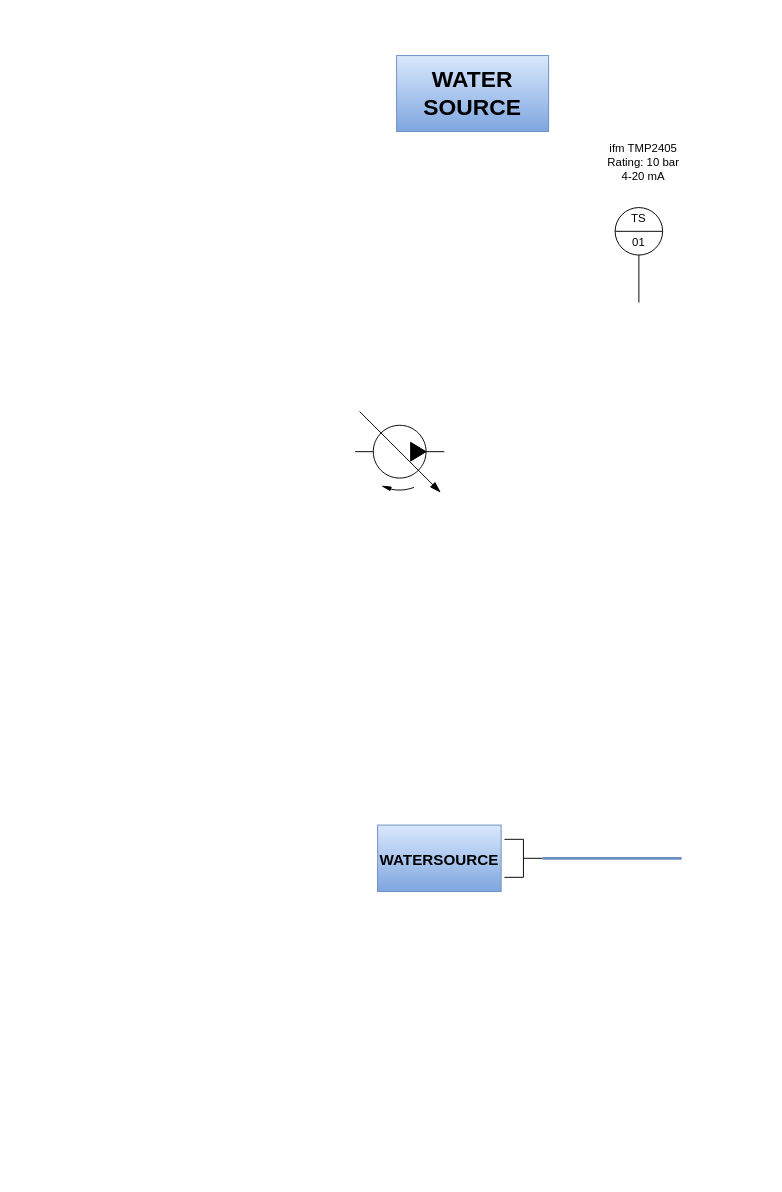
Tarsa-Robotics/Diagrams keeps this draw.io diagram as page "FLUID_PROCESS_OVERVIEW" (2 of 5) of DOCUMENT_TEMPLATE_2026_09_18_REV_A1.drawio. Above is the earlier version. Source tidied: cells renumbered, new cells numbered last; positions are measured from the earlier drawing's top-left corner, leaving out a move shared by most shapes. Both pictures are drawn from the tidied source at 95%, with x=0, y=0 at pixel (359, 55).
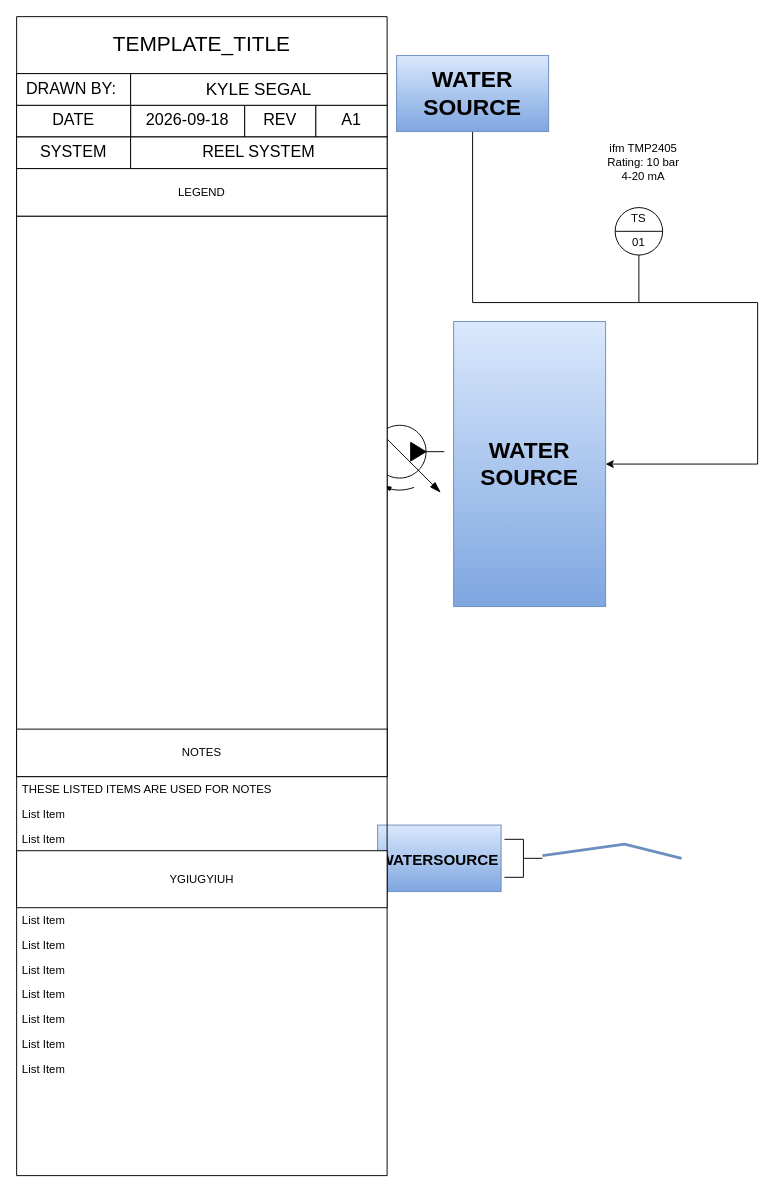
The same diagram, later.

The change refers to these unchanged cells:
```xml
<mxCell id="2" value="&lt;h1&gt;WATER SOURCE&lt;/h1&gt;" style="rounded=0;whiteSpace=wrap;html=1;fillColor=#dae8fc;gradientColor=#7ea6e0;strokeColor=#6c8ebf;" parent="1" vertex="1">
  <mxGeometry x="39" width="160" height="80" as="geometry" />
</mxCell>
<mxCell id="7" style="verticalLabelPosition=bottom;align=center;dashed=0;html=1;verticalAlign=top;shape=mxgraph.pid.piping.hose_connection;rotation=-180;" parent="1" vertex="1">
  <mxGeometry x="152.5" y="825" width="40" height="40" as="geometry" />
</mxCell>
```

The edit, as a diff of the source:
```diff
@@
+    <mxCell id="9" style="edgeStyle=orthogonalEdgeStyle;rounded=0;jettySize=auto;html=1;" parent="1" edge="1" source="2" target="36">
+      <mxGeometry relative="1" as="geometry">
+        <Array as="points">
+          <mxPoint x="119" y="260" />
+          <mxPoint x="419" y="260" />
+        </Array>
+      </mxGeometry>
+    </mxCell>
@@
     <mxCell id="8" style="edgeStyle=none;rounded=0;jettySize=auto;html=1;entryX=0;entryY=0.65;entryDx=0;entryDy=0;entryPerimeter=0;strokeWidth=3;endArrow=none;endFill=0;fontColor=none;noLabel=1;fillColor=#dae8fc;gradientColor=#7ea6e0;strokeColor=#6c8ebf;" parent="1" edge="1" source="7">
       <mxGeometry relative="1" as="geometry">
         <mxPoint x="339" y="845" as="targetPoint" />
+        <Array as="points">
+          <mxPoint x="279" y="830" />
+        </Array>
       </mxGeometry>
     </mxCell>
+    <mxCell id="10" value="TEMPLATE_TITLE" style="swimlane;fontStyle=0;horizontal=1;startSize=60;whiteSpace=wrap;html=1;fontSize=22;" parent="1" vertex="1">
+      <mxGeometry x="-361" y="-41" width="390" height="1220" as="geometry" />
+    </mxCell>
+    <mxCell id="11" style="group;" parent="10" vertex="1">
+      <mxGeometry y="60" width="390" height="100" as="geometry" />
+    </mxCell>
+    <mxCell id="12" value="&lt;span style=&quot;text-wrap-mode: nowrap;&quot;&gt;REV&lt;/span&gt;" style="rounded=0;whiteSpace=wrap;html=1;fontSize=17;" parent="11" vertex="1">
+      <mxGeometry x="240" y="33.3" width="75" height="33.3" as="geometry" />
+    </mxCell>
+    <mxCell id="13" value="A1" style="rounded=0;whiteSpace=wrap;html=1;fontSize=17;" parent="11" vertex="1">
+      <mxGeometry x="315" y="33.3" width="75" height="33.3" as="geometry" />
+    </mxCell>
+    <mxCell id="14" value="2026-09-18" style="rounded=0;whiteSpace=wrap;html=1;fontSize=17;" parent="11" vertex="1">
+      <mxGeometry x="120" y="33.3" width="120" height="33.3" as="geometry" />
+    </mxCell>
+    <mxCell id="15" value="&lt;span style=&quot;text-wrap-mode: nowrap;&quot;&gt;DATE&lt;/span&gt;" style="rounded=0;whiteSpace=wrap;html=1;fontSize=17;" parent="11" vertex="1">
+      <mxGeometry y="33.3" width="120" height="33.3" as="geometry" />
+    </mxCell>
+    <mxCell id="16" value="&lt;font&gt;DRAWN BY:&amp;nbsp;&lt;/font&gt;" style="rounded=0;whiteSpace=wrap;html=1;fontSize=17;" parent="11" vertex="1">
+      <mxGeometry width="120" height="33.3" as="geometry" />
+    </mxCell>
+    <mxCell id="17" value="&lt;font style=&quot;font-size: 18px;&quot;&gt;KYLE SEGAL&lt;/font&gt;" style="rounded=0;whiteSpace=wrap;html=1;" parent="11" vertex="1">
+      <mxGeometry x="120" width="270" height="33.3" as="geometry" />
+    </mxCell>
+    <mxCell id="18" value="SYSTEM" style="rounded=0;whiteSpace=wrap;html=1;fontSize=17;" parent="11" vertex="1">
+      <mxGeometry y="66.7" width="120" height="33.3" as="geometry" />
+    </mxCell>
+    <mxCell id="19" value="REEL SYSTEM" style="rounded=0;whiteSpace=wrap;html=1;fontSize=17;" parent="11" vertex="1">
+      <mxGeometry x="120" y="66.7" width="270" height="33.3" as="geometry" />
+    </mxCell>
+    <mxCell id="20" style="group;" parent="10" vertex="1">
+      <mxGeometry y="160" width="390" height="640" as="geometry" />
+    </mxCell>
+    <mxCell id="21" style="rounded=0;whiteSpace=wrap;html=1;" parent="20" vertex="1">
+      <mxGeometry y="50" width="390" height="590" as="geometry" />
+    </mxCell>
+    <mxCell id="22" value="LEGEND" style="rounded=0;whiteSpace=wrap;html=1;" parent="20" vertex="1">
+      <mxGeometry width="390" height="50" as="geometry" />
+    </mxCell>
+    <mxCell id="23" value="NOTES" style="rounded=0;whiteSpace=wrap;html=1;" parent="20" vertex="1">
+      <mxGeometry y="590" width="390" height="50" as="geometry" />
+    </mxCell>
+    <mxCell id="24" value="THESE LISTED ITEMS ARE USED FOR NOTES" style="text;strokeColor=none;fillColor=none;align=left;verticalAlign=top;spacingLeft=4;spacingRight=4;overflow=hidden;whiteSpace=wrap;html=1;" parent="10" vertex="1">
+      <mxGeometry y="800" width="390" height="26" as="geometry" />
+    </mxCell>
+    <mxCell id="25" value="List Item" style="text;strokeColor=none;fillColor=none;align=left;verticalAlign=top;spacingLeft=4;spacingRight=4;overflow=hidden;whiteSpace=wrap;html=1;" parent="10" vertex="1">
+      <mxGeometry y="826" width="390" height="26" as="geometry" />
+    </mxCell>
+    <mxCell id="26" value="List Item" style="text;strokeColor=none;fillColor=none;align=left;verticalAlign=top;spacingLeft=4;spacingRight=4;overflow=hidden;whiteSpace=wrap;html=1;" parent="10" vertex="1">
+      <mxGeometry y="852" width="390" height="26" as="geometry" />
+    </mxCell>
+    <mxCell id="27" value="YGIUGYIUH" style="rounded=0;whiteSpace=wrap;html=1;" parent="10" vertex="1">
+      <mxGeometry y="878" width="390" height="60" as="geometry" />
+    </mxCell>
+    <mxCell id="28" value="List Item" style="text;strokeColor=none;fillColor=none;align=left;verticalAlign=top;spacingLeft=4;spacingRight=4;overflow=hidden;whiteSpace=wrap;html=1;" parent="10" vertex="1">
+      <mxGeometry y="938" width="390" height="26" as="geometry" />
+    </mxCell>
+    <mxCell id="29" value="List Item" style="text;strokeColor=none;fillColor=none;align=left;verticalAlign=top;spacingLeft=4;spacingRight=4;overflow=hidden;whiteSpace=wrap;html=1;" parent="10" vertex="1">
+      <mxGeometry y="964" width="390" height="26" as="geometry" />
+    </mxCell>
+    <mxCell id="30" value="List Item" style="text;strokeColor=none;fillColor=none;align=left;verticalAlign=top;spacingLeft=4;spacingRight=4;overflow=hidden;whiteSpace=wrap;html=1;" parent="10" vertex="1">
+      <mxGeometry y="990" width="390" height="26" as="geometry" />
+    </mxCell>
+    <mxCell id="31" value="List Item" style="text;strokeColor=none;fillColor=none;align=left;verticalAlign=top;spacingLeft=4;spacingRight=4;overflow=hidden;whiteSpace=wrap;html=1;" parent="10" vertex="1">
+      <mxGeometry y="1016" width="390" height="26" as="geometry" />
+    </mxCell>
+    <mxCell id="32" value="List Item" style="text;strokeColor=none;fillColor=none;align=left;verticalAlign=top;spacingLeft=4;spacingRight=4;overflow=hidden;whiteSpace=wrap;html=1;" parent="10" vertex="1">
+      <mxGeometry y="1042" width="390" height="26" as="geometry" />
+    </mxCell>
+    <mxCell id="33" value="List Item" style="text;strokeColor=none;fillColor=none;align=left;verticalAlign=top;spacingLeft=4;spacingRight=4;overflow=hidden;whiteSpace=wrap;html=1;" parent="10" vertex="1">
+      <mxGeometry y="1068" width="390" height="26" as="geometry" />
+    </mxCell>
+    <mxCell id="34" value="List Item" style="text;strokeColor=none;fillColor=none;align=left;verticalAlign=top;spacingLeft=4;spacingRight=4;overflow=hidden;whiteSpace=wrap;html=1;" parent="10" vertex="1">
+      <mxGeometry y="1094" width="390" height="26" as="geometry" />
+    </mxCell>
+    <mxCell id="35" value="&lt;div&gt;&lt;br&gt;&lt;/div&gt;" style="text;strokeColor=none;fillColor=none;align=left;verticalAlign=middle;spacingLeft=4;spacingRight=4;overflow=hidden;whiteSpace=wrap;html=1;miterlimit=4;" parent="10" vertex="1">
+      <mxGeometry y="1120" width="390" height="100" as="geometry" />
+    </mxCell>
+    <mxCell id="36" value="&lt;h1&gt;WATER SOURCE&lt;/h1&gt;" style="rounded=0;whiteSpace=wrap;html=1;fillColor=#dae8fc;gradientColor=#7ea6e0;strokeColor=#6c8ebf;" parent="1" vertex="1">
+      <mxGeometry x="99" y="280" width="160" height="300" as="geometry" />
+    </mxCell>
```
